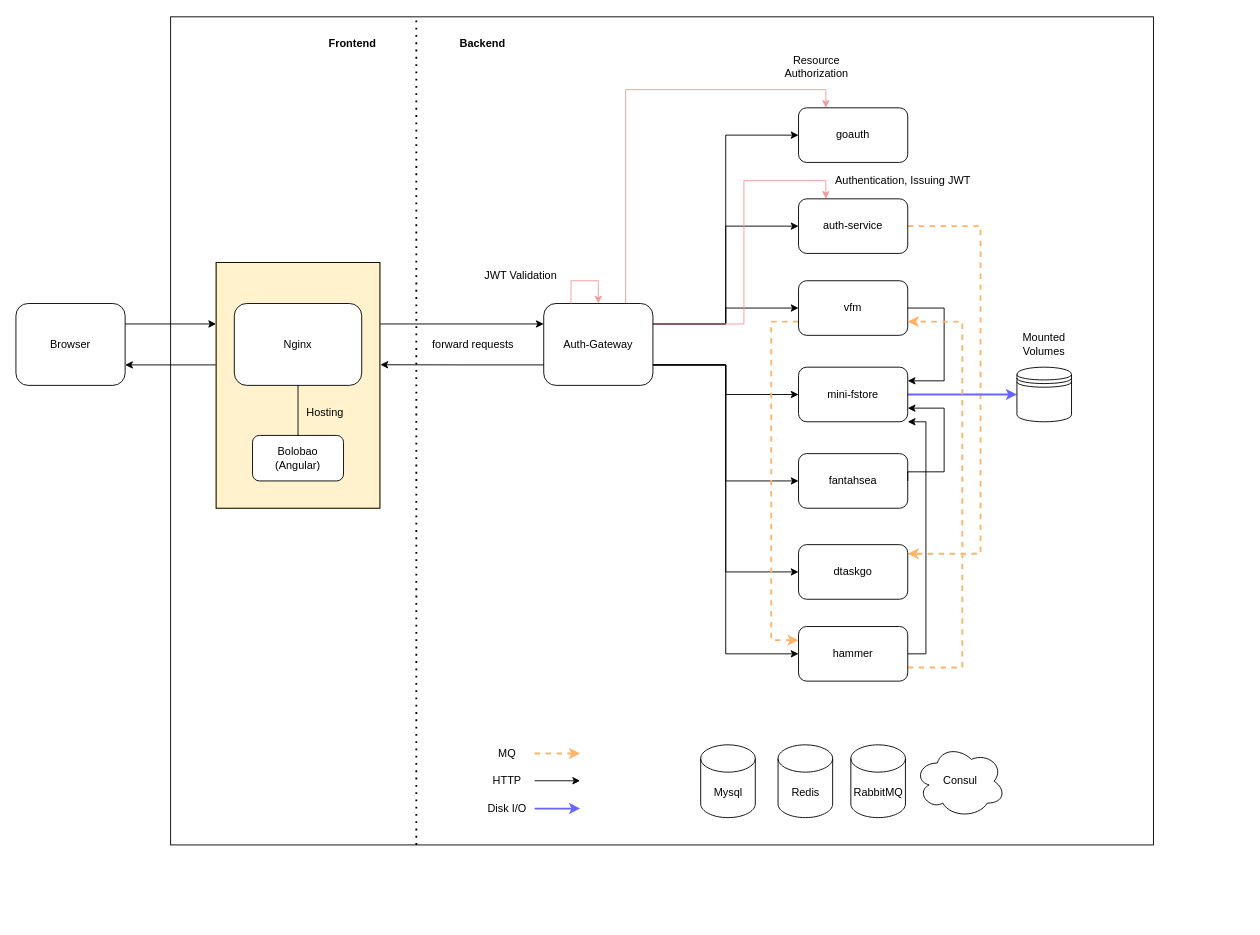
The draw.io diagram system-overview.drawio in CurtisNewbie/system-overview, before the edit. Source tidied: cells renumbered, new cells numbered last; positions are measured from the earlier drawing's top-left corner, leaving out a move shared by most shapes. Both pictures are drawn from the tidied source at 91%, with x=0, y=0 at pixel (15, 16).
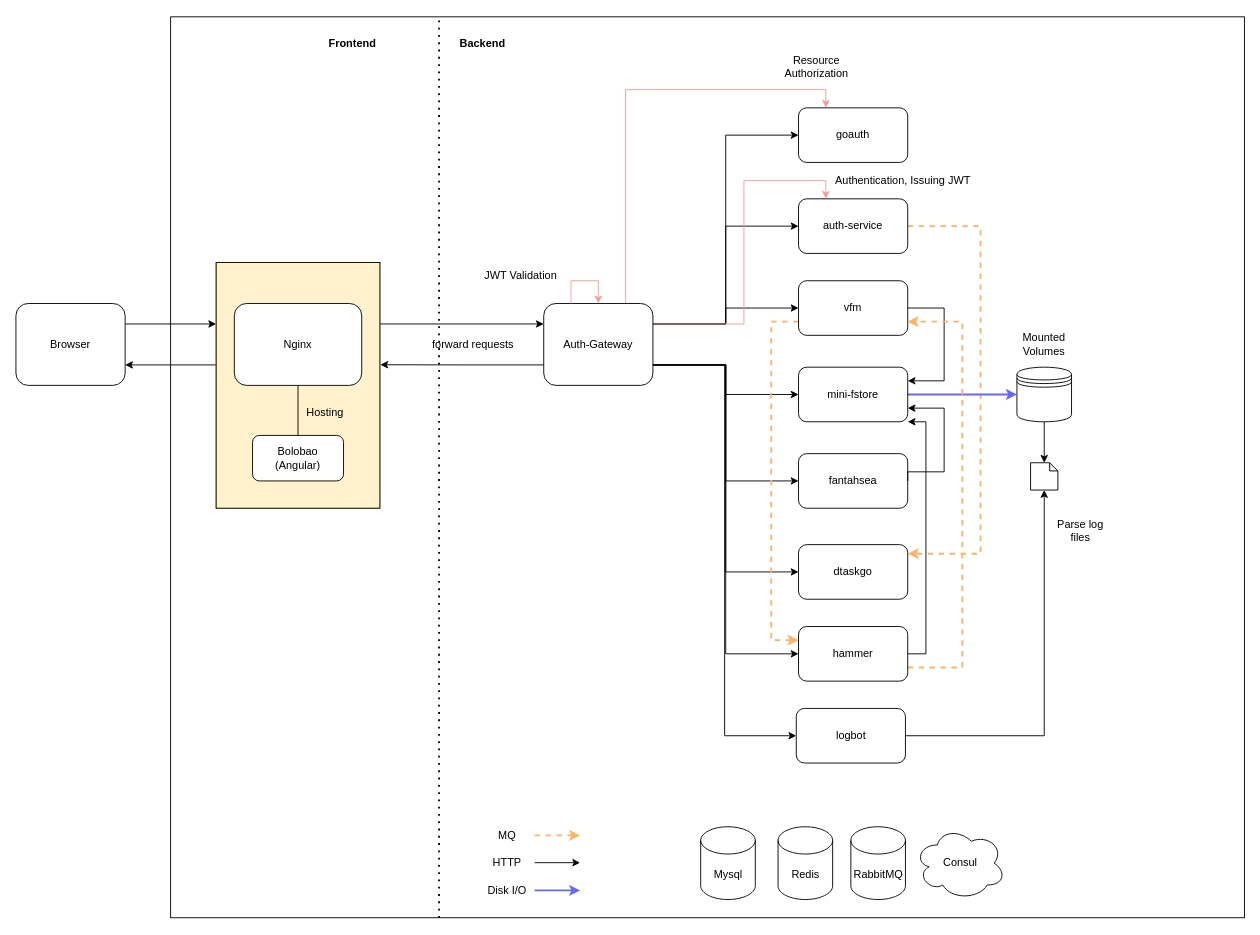
After the change.

Unchanged cells that the change refers to:
```xml
<mxCell id="17" value="Auth-Gateway" style="rounded=1;whiteSpace=wrap;html=1;fillColor=none;" parent="1" vertex="1">
  <mxGeometry x="580" y="315" width="120" height="90" as="geometry" />
</mxCell>
<mxCell id="40" style="shape=datastore;whiteSpace=wrap;html=1;fillColor=none;" parent="1" vertex="1">
  <mxGeometry x="1100" y="385" width="60" height="60" as="geometry" />
</mxCell>
```

Diff of the diagram source:
```diff
@@
     <mxCell id="2" style="rounded=0;whiteSpace=wrap;html=1;fillColor=none;" parent="1" vertex="1">
-      <mxGeometry x="170" width="1080" height="910" as="geometry" />
+      <mxGeometry x="170" width="1180" height="990" as="geometry" />
     </mxCell>
@@
+    <mxCell id="58" style="edgeStyle=orthogonalEdgeStyle;rounded=0;jettySize=auto;html=1;exitX=1;exitY=0.75;exitDx=0;exitDy=0;entryX=0;entryY=0.5;entryDx=0;entryDy=0;" parent="1" edge="1" source="17" target="61">
+      <mxGeometry relative="1" as="geometry" />
+    </mxCell>
@@
     <mxCell id="29" value="Mysql" style="shape=cylinder3;whiteSpace=wrap;html=1;boundedLbl=1;backgroundOutline=1;size=15;fillColor=none;" parent="1" vertex="1">
-      <mxGeometry x="752.5" y="800" width="60" height="80" as="geometry" />
+      <mxGeometry x="752.5" y="890" width="60" height="80" as="geometry" />
     </mxCell>
     <mxCell id="30" value="Redis" style="shape=cylinder3;whiteSpace=wrap;html=1;boundedLbl=1;backgroundOutline=1;size=15;fillColor=none;" parent="1" vertex="1">
-      <mxGeometry x="837.5" y="800" width="60" height="80" as="geometry" />
+      <mxGeometry x="837.5" y="890" width="60" height="80" as="geometry" />
     </mxCell>
@@
     <mxCell id="37" value="RabbitMQ" style="shape=cylinder3;whiteSpace=wrap;html=1;boundedLbl=1;backgroundOutline=1;size=15;fillColor=none;" parent="1" vertex="1">
-      <mxGeometry x="917.5" y="800" width="60" height="80" as="geometry" />
+      <mxGeometry x="917.5" y="890" width="60" height="80" as="geometry" />
     </mxCell>
     <mxCell id="38" value="&lt;span&gt;Consul&lt;/span&gt;" style="ellipse;shape=cloud;whiteSpace=wrap;html=1;fillColor=none;" parent="1" vertex="1">
-      <mxGeometry x="987.5" y="800" width="100" height="80" as="geometry" />
+      <mxGeometry x="987.5" y="890" width="100" height="80" as="geometry" />
     </mxCell>
@@
+    <mxCell id="59" style="edgeStyle=orthogonalEdgeStyle;rounded=0;jettySize=auto;html=1;exitX=0.5;exitY=1;exitDx=0;exitDy=0;entryX=0.5;entryY=0;entryDx=0;entryDy=0;entryPerimeter=0;" parent="1" edge="1" source="40" target="63">
+      <mxGeometry relative="1" as="geometry" />
+    </mxCell>
@@
     <mxCell id="46" style="endArrow=classic;html=1;dashed=1;strokeColor=#FFB366;strokeWidth=2;" parent="1" edge="1">
       <mxGeometry relative="1" as="geometry">
-        <mxPoint x="570" y="809.5" as="sourcePoint" />
-        <mxPoint x="620" y="809.5" as="targetPoint" />
+        <mxPoint x="570" y="899.5" as="sourcePoint" />
+        <mxPoint x="620" y="899.5" as="targetPoint" />
       </mxGeometry>
     </mxCell>
     <mxCell id="47" value="MQ" style="text;html=1;strokeColor=none;fillColor=none;align=center;verticalAlign=middle;whiteSpace=wrap;rounded=0;" parent="1" vertex="1">
-      <mxGeometry x="520" y="800" width="40" height="20" as="geometry" />
+      <mxGeometry x="520" y="890" width="40" height="20" as="geometry" />
     </mxCell>
     <mxCell id="48" style="endArrow=classic;html=1;strokeWidth=1;" parent="1" edge="1">
       <mxGeometry relative="1" as="geometry">
-        <mxPoint x="570" y="839.5" as="sourcePoint" />
-        <mxPoint x="620" y="839.5" as="targetPoint" />
+        <mxPoint x="570" y="929.5" as="sourcePoint" />
+        <mxPoint x="620" y="929.5" as="targetPoint" />
       </mxGeometry>
     </mxCell>
     <mxCell id="49" value="HTTP" style="text;html=1;strokeColor=none;fillColor=none;align=center;verticalAlign=middle;whiteSpace=wrap;rounded=0;" parent="1" vertex="1">
-      <mxGeometry x="520" y="830" width="40" height="20" as="geometry" />
+      <mxGeometry x="520" y="920" width="40" height="20" as="geometry" />
     </mxCell>
     <mxCell id="50" style="endArrow=classic;html=1;strokeWidth=2;strokeColor=#6666FF;" parent="1" edge="1">
       <mxGeometry relative="1" as="geometry">
-        <mxPoint x="570" y="870" as="sourcePoint" />
-        <mxPoint x="620" y="870" as="targetPoint" />
+        <mxPoint x="570" y="960" as="sourcePoint" />
+        <mxPoint x="620" y="960" as="targetPoint" />
       </mxGeometry>
     </mxCell>
     <mxCell id="51" value="Disk I/O" style="text;html=1;strokeColor=none;fillColor=none;align=center;verticalAlign=middle;whiteSpace=wrap;rounded=0;" parent="1" vertex="1">
-      <mxGeometry x="515" y="860" width="50" height="20" as="geometry" />
+      <mxGeometry x="515" y="950" width="50" height="20" as="geometry" />
     </mxCell>
@@
+    <mxCell id="60" style="edgeStyle=orthogonalEdgeStyle;rounded=0;jettySize=auto;html=1;exitX=1;exitY=0.5;exitDx=0;exitDy=0;entryX=0.5;entryY=1;entryDx=0;entryDy=0;entryPerimeter=0;" parent="1" edge="1" source="61" target="63">
+      <mxGeometry relative="1" as="geometry" />
+    </mxCell>
+    <mxCell id="61" value="logbot" style="rounded=1;whiteSpace=wrap;html=1;" parent="1" vertex="1">
+      <mxGeometry x="857.5" y="760" width="120" height="60" as="geometry" />
+    </mxCell>
+    <mxCell id="62" value="Parse log files" style="text;html=1;strokeColor=none;fillColor=none;align=center;verticalAlign=middle;whiteSpace=wrap;rounded=0;" parent="1" vertex="1">
+      <mxGeometry x="1140" y="550" width="60" height="30" as="geometry" />
+    </mxCell>
+    <mxCell id="63" style="shape=note;whiteSpace=wrap;html=1;backgroundOutline=1;darkOpacity=0.05;size=9;" parent="1" vertex="1">
+      <mxGeometry x="1115" y="490" width="30" height="30" as="geometry" />
+    </mxCell>
```
